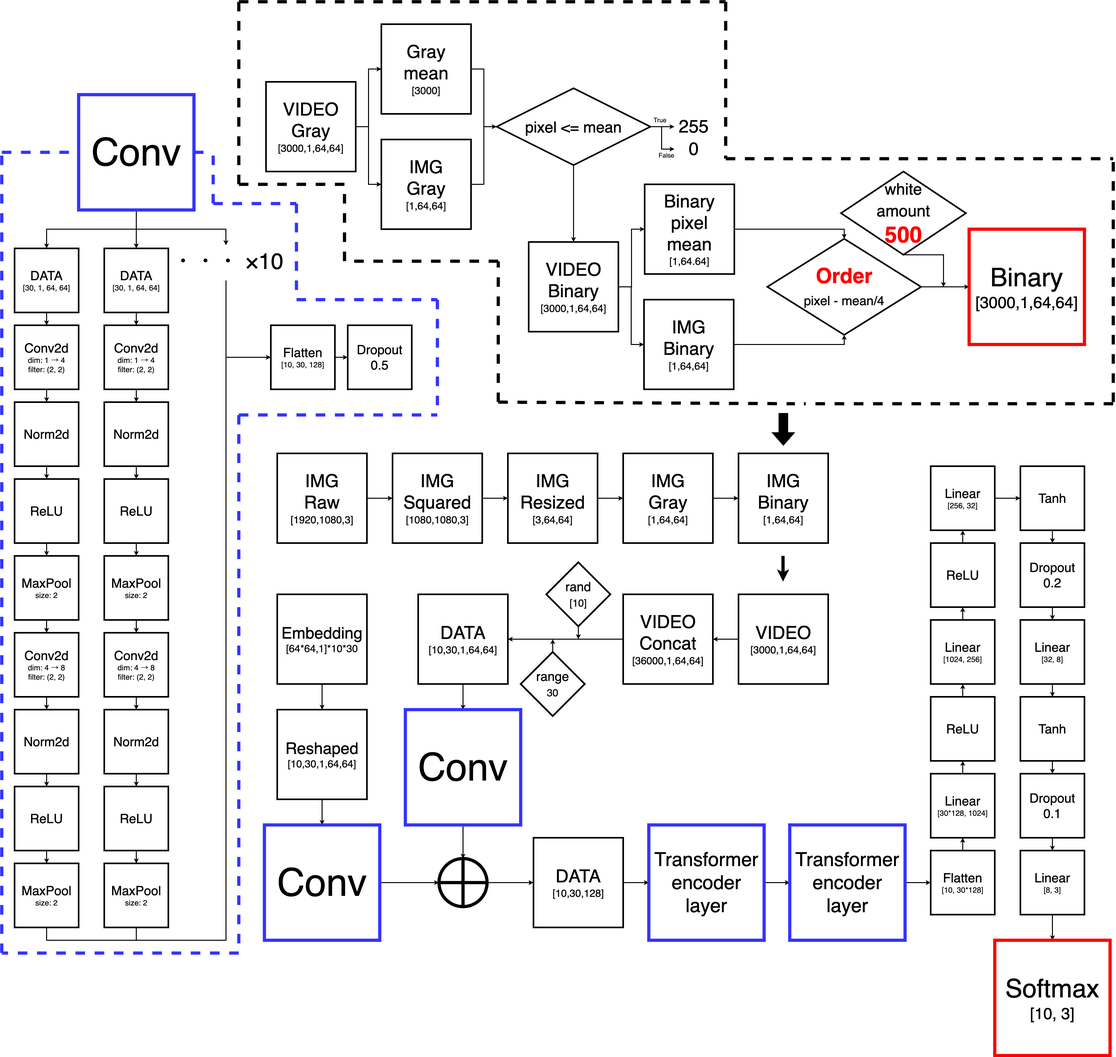
jasmine-jp/predict_dance2 keeps this draw.io diagram as src/git/flowchart.png. Above is the earlier version. Source tidied: cells renumbered, new cells last; positions are measured from the earlier drawing's top-left corner, leaving out a move shared by most shapes.
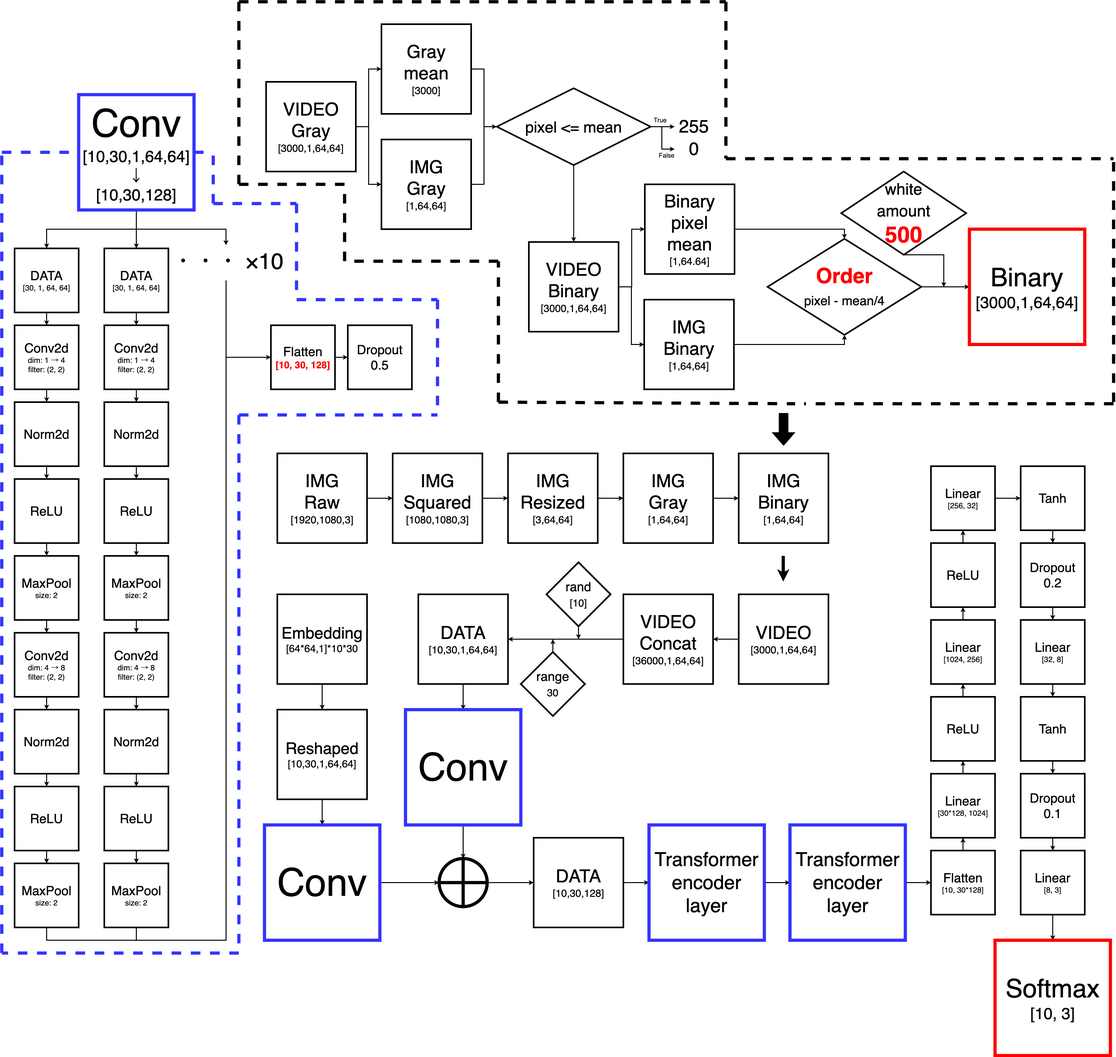
After the change.

What changed in the source:
```diff
@@ -212,7 +212,7 @@
     <mxCell id="62" style="edgeStyle=orthogonalEdgeStyle;rounded=0;jettySize=auto;html=1;entryX=0;entryY=0.5;entryDx=0;entryDy=0;strokeWidth=3;fontSize=40;" parent="1" edge="1" source="63" target="64">
       <mxGeometry relative="1" as="geometry" />
     </mxCell>
-    <mxCell id="63" value="&lt;font style=&quot;&quot;&gt;&lt;font style=&quot;font-size: 40px;&quot;&gt;Flatten&lt;br&gt;&lt;/font&gt;&lt;span style=&quot;font-size: 24px;&quot;&gt;[10, 30, 128]&lt;/span&gt;&lt;br&gt;&lt;/font&gt;" style="rounded=0;whiteSpace=wrap;html=1;strokeWidth=5;" parent="1" vertex="1">
+    <mxCell id="63" value="&lt;font style=&quot;&quot;&gt;&lt;font style=&quot;font-size: 40px;&quot;&gt;Flatten&lt;br&gt;&lt;/font&gt;&lt;font color=&quot;#ff0000&quot; style=&quot;font-size: 30px;&quot;&gt;&lt;b&gt;[10, 30, 128]&lt;/b&gt;&lt;/font&gt;&lt;br&gt;&lt;/font&gt;" style="rounded=0;whiteSpace=wrap;html=1;strokeWidth=5;" parent="1" vertex="1">
       <mxGeometry x="840" y="1010" width="200" height="200" as="geometry" />
     </mxCell>
     <mxCell id="64" value="&lt;font style=&quot;&quot;&gt;&lt;font style=&quot;font-size: 40px;&quot;&gt;Dropout&lt;br&gt;&lt;/font&gt;&lt;font style=&quot;font-size: 40px;&quot;&gt;0.5&lt;/font&gt;&lt;br&gt;&lt;/font&gt;" style="rounded=0;whiteSpace=wrap;html=1;strokeWidth=5;" parent="1" vertex="1">
@@ -249,7 +249,7 @@
         </Array>
       </mxGeometry>
     </mxCell>
-    <mxCell id="72" value="&lt;font style=&quot;font-size: 120px;&quot;&gt;Conv&lt;/font&gt;" style="rounded=0;whiteSpace=wrap;html=1;strokeWidth=10;strokeColor=#3333FF;" parent="1" vertex="1">
+    <mxCell id="72" value="&lt;font style=&quot;&quot;&gt;&lt;span style=&quot;font-size: 120px;&quot;&gt;Conv&lt;/span&gt;&lt;br&gt;&lt;font style=&quot;font-size: 50px;&quot;&gt;[10,30,1,64,64]&lt;br&gt;&lt;/font&gt;&lt;font style=&quot;&quot;&gt;&lt;font style=&quot;font-size: 50px;&quot;&gt;↓&lt;/font&gt;&lt;br&gt;&lt;/font&gt;&lt;span style=&quot;font-size: 50px;&quot;&gt;[10,30,128]&lt;/span&gt;&lt;br&gt;&lt;/font&gt;" style="rounded=0;whiteSpace=wrap;html=1;strokeWidth=10;strokeColor=#3333FF;" parent="1" vertex="1">
       <mxGeometry x="240" y="290" width="360" height="360" as="geometry" />
     </mxCell>
     <mxCell id="73" style="edgeStyle=orthogonalEdgeStyle;rounded=0;jettySize=auto;html=1;strokeWidth=3;" parent="1" edge="1" source="74" target="78">
```
